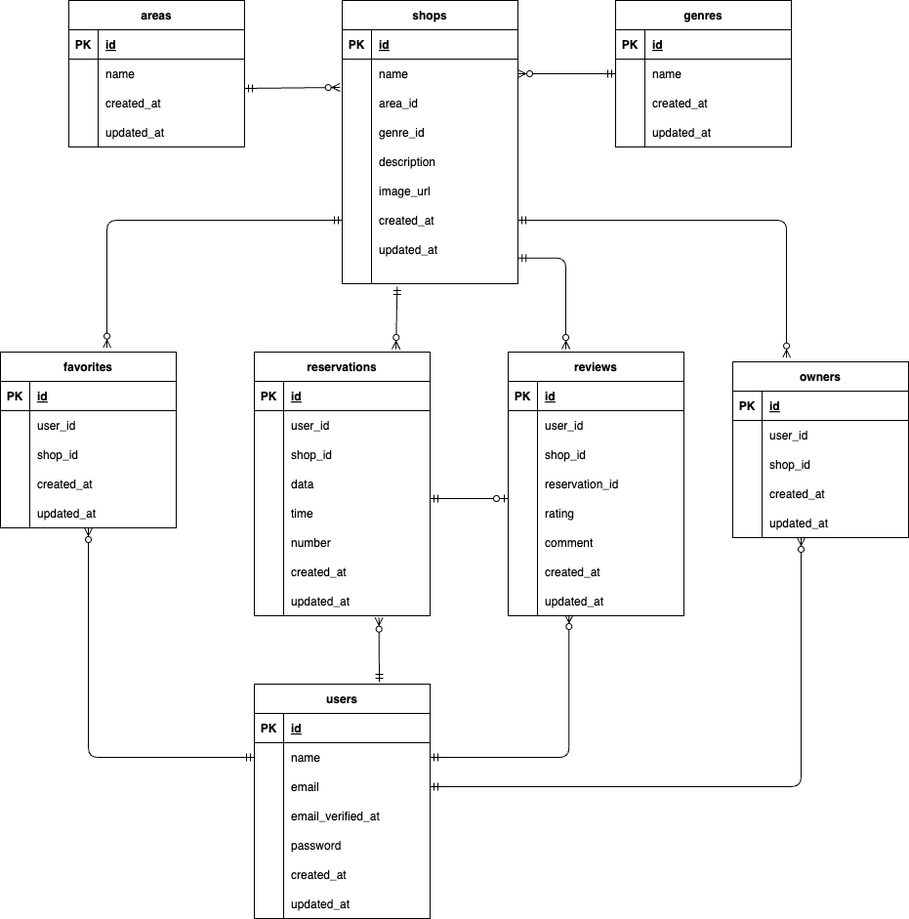
Before: index.drawio.png, a diagram exported from draw.io (cote07/Rese). Source tidied: cells renumbered, new cells last; positions are measured from the earlier drawing's top-left corner, leaving out a move shared by most shapes.
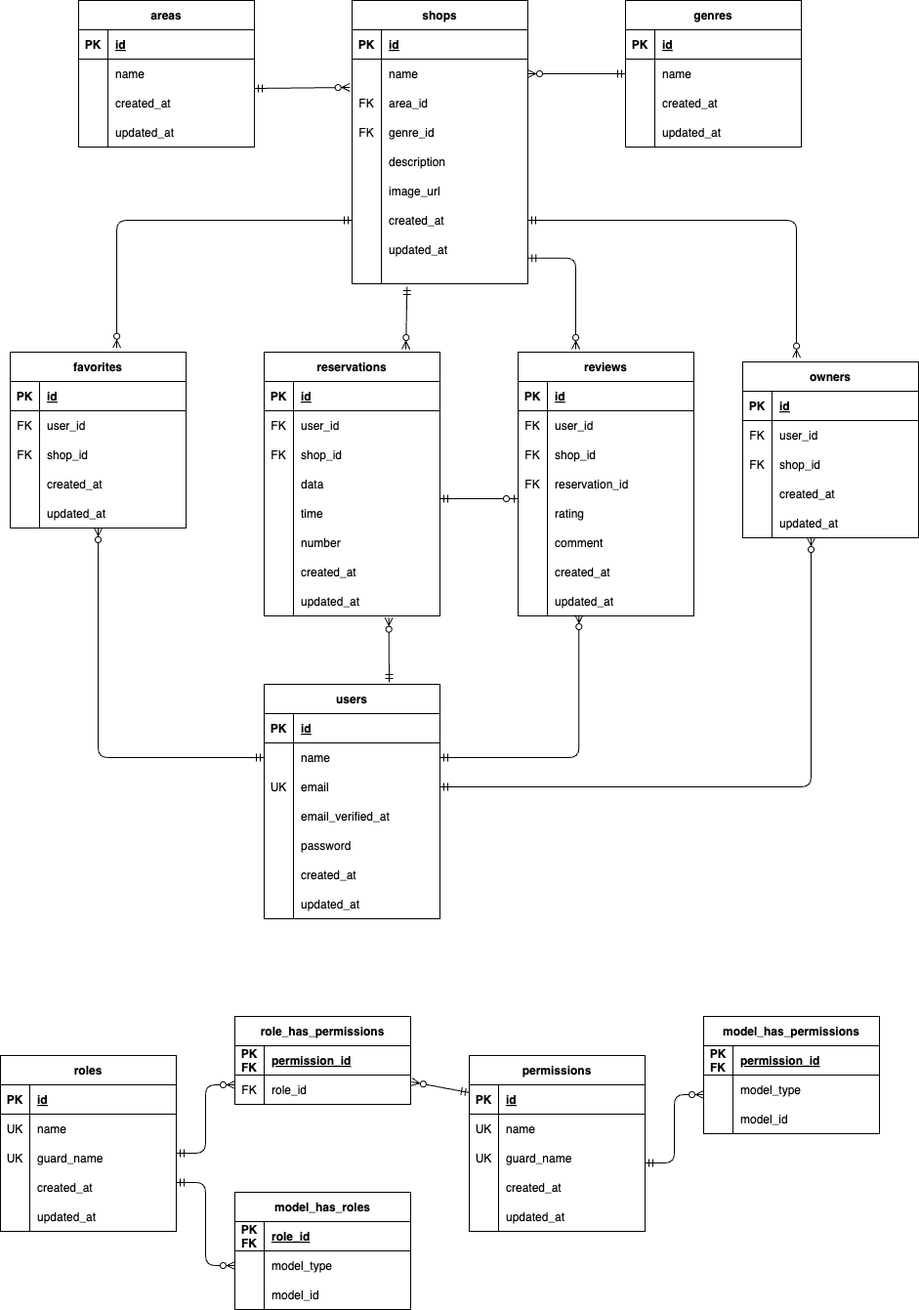
The same file after the commit.

What changed in the source:
```diff
@@ -19,3 +19,3 @@
     </mxCell>
-    <mxCell id="7" style="shape=partialRectangle;fillColor=none;top=0;left=0;bottom=0;right=0;overflow=hidden;" parent="6" vertex="1">
+    <mxCell id="7" value="FK" style="shape=partialRectangle;fillColor=none;top=0;left=0;bottom=0;right=0;overflow=hidden;" parent="6" vertex="1">
       <mxGeometry width="30" height="30" as="geometry" />
@@ -28,3 +28,3 @@
     </mxCell>
-    <mxCell id="10" style="shape=partialRectangle;fillColor=none;top=0;left=0;bottom=0;right=0;overflow=hidden;" parent="9" vertex="1">
+    <mxCell id="10" value="FK" style="shape=partialRectangle;fillColor=none;top=0;left=0;bottom=0;right=0;overflow=hidden;" parent="9" vertex="1">
       <mxGeometry width="30" height="30" as="geometry" />
@@ -94,3 +94,3 @@
     </mxCell>
-    <mxCell id="32" style="shape=partialRectangle;fillColor=none;top=0;left=0;bottom=0;right=0;overflow=hidden;" parent="31" vertex="1">
+    <mxCell id="32" value="FK" style="shape=partialRectangle;fillColor=none;top=0;left=0;bottom=0;right=0;overflow=hidden;" parent="31" vertex="1">
       <mxGeometry width="30" height="30" as="geometry" />
@@ -103,3 +103,3 @@
     </mxCell>
-    <mxCell id="35" style="shape=partialRectangle;fillColor=none;top=0;left=0;bottom=0;right=0;overflow=hidden;" parent="34" vertex="1">
+    <mxCell id="35" value="FK" style="shape=partialRectangle;fillColor=none;top=0;left=0;bottom=0;right=0;overflow=hidden;" parent="34" vertex="1">
       <mxGeometry width="30" height="30" as="geometry" />
@@ -142,3 +142,3 @@
     </mxCell>
-    <mxCell id="48" style="shape=partialRectangle;fillColor=none;top=0;left=0;bottom=0;right=0;overflow=hidden;" parent="47" vertex="1">
+    <mxCell id="48" value="FK" style="shape=partialRectangle;fillColor=none;top=0;left=0;bottom=0;right=0;overflow=hidden;" parent="47" vertex="1">
       <mxGeometry width="30" height="30" as="geometry" />
@@ -151,3 +151,3 @@
     </mxCell>
-    <mxCell id="51" style="shape=partialRectangle;fillColor=none;top=0;left=0;bottom=0;right=0;overflow=hidden;" parent="50" vertex="1">
+    <mxCell id="51" value="FK" style="shape=partialRectangle;fillColor=none;top=0;left=0;bottom=0;right=0;overflow=hidden;" parent="50" vertex="1">
       <mxGeometry width="30" height="30" as="geometry" />
@@ -238,3 +238,3 @@
     </mxCell>
-    <mxCell id="80" style="shape=partialRectangle;fillColor=none;top=0;left=0;bottom=0;right=0;overflow=hidden;" parent="79" vertex="1">
+    <mxCell id="80" value="FK" style="shape=partialRectangle;fillColor=none;top=0;left=0;bottom=0;right=0;overflow=hidden;" parent="79" vertex="1">
       <mxGeometry width="30" height="30" as="geometry" />
@@ -313,3 +313,3 @@
     </mxCell>
-    <mxCell id="105" style="shape=partialRectangle;fillColor=none;top=0;left=0;bottom=0;right=0;overflow=hidden;" parent="104" vertex="1">
+    <mxCell id="105" value="FK" style="shape=partialRectangle;fillColor=none;top=0;left=0;bottom=0;right=0;overflow=hidden;" parent="104" vertex="1">
       <mxGeometry width="30" height="30" as="geometry" />
@@ -322,3 +322,3 @@
     </mxCell>
-    <mxCell id="108" style="shape=partialRectangle;fillColor=none;top=0;left=0;bottom=0;right=0;overflow=hidden;" parent="107" vertex="1">
+    <mxCell id="108" value="FK" style="shape=partialRectangle;fillColor=none;top=0;left=0;bottom=0;right=0;overflow=hidden;" parent="107" vertex="1">
       <mxGeometry width="30" height="30" as="geometry" />
@@ -331,3 +331,3 @@
     </mxCell>
-    <mxCell id="111" style="shape=partialRectangle;fillColor=none;top=0;left=0;bottom=0;right=0;overflow=hidden;" parent="110" vertex="1">
+    <mxCell id="111" value="FK" style="shape=partialRectangle;fillColor=none;top=0;left=0;bottom=0;right=0;overflow=hidden;" parent="110" vertex="1">
       <mxGeometry width="30" height="30" as="geometry" />
@@ -477,3 +477,3 @@
     </mxCell>
-    <mxCell id="157" style="shape=partialRectangle;fillColor=none;top=0;left=0;bottom=0;right=0;overflow=hidden;" parent="156" vertex="1">
+    <mxCell id="157" value="UK" style="shape=partialRectangle;fillColor=none;top=0;left=0;bottom=0;right=0;overflow=hidden;" parent="156" vertex="1">
       <mxGeometry width="30" height="30" as="geometry" />
@@ -519,2 +519,202 @@
     </mxCell>
+    <mxCell id="171" value="model_has_roles" style="shape=table;startSize=30;rowLines=0;fontStyle=1;align=center;" parent="1" vertex="1">
+      <mxGeometry x="230" y="1220" width="180" height="120" as="geometry" />
+    </mxCell>
+    <mxCell id="172" style="shape=tableRow;horizontal=0;startSize=0;swimlaneHead=0;swimlaneBody=0;fillColor=none;top=0;left=0;right=0;bottom=1;" parent="171" vertex="1">
+      <mxGeometry y="30" width="180" height="30" as="geometry" />
+    </mxCell>
+    <mxCell id="173" value="PK&#10;FK" style="shape=partialRectangle;fillColor=none;top=0;left=0;bottom=0;right=0;fontStyle=1;overflow=hidden;" parent="172" vertex="1">
+      <mxGeometry width="30" height="30" as="geometry" />
+    </mxCell>
+    <mxCell id="174" value="role_id" style="shape=partialRectangle;fillColor=none;top=0;left=0;bottom=0;right=0;align=left;spacingLeft=6;fontStyle=5;overflow=hidden;" parent="172" vertex="1">
+      <mxGeometry x="30" width="150" height="30" as="geometry" />
+    </mxCell>
+    <mxCell id="175" style="shape=tableRow;horizontal=0;startSize=0;swimlaneHead=0;swimlaneBody=0;fillColor=none;points=[[0,0.5],[1,0.5]];portConstraint=eastwest;top=0;left=0;right=0;bottom=0;" parent="171" vertex="1">
+      <mxGeometry y="60" width="180" height="30" as="geometry" />
+    </mxCell>
+    <mxCell id="176" style="shape=partialRectangle;fillColor=none;top=0;left=0;bottom=0;right=0;overflow=hidden;" parent="175" vertex="1">
+      <mxGeometry width="30" height="30" as="geometry" />
+    </mxCell>
+    <mxCell id="177" value="model_type" style="shape=partialRectangle;fillColor=none;top=0;left=0;bottom=0;right=0;align=left;spacingLeft=6;overflow=hidden;" parent="175" vertex="1">
+      <mxGeometry x="30" width="150" height="30" as="geometry" />
+    </mxCell>
+    <mxCell id="178" style="shape=tableRow;horizontal=0;startSize=0;swimlaneHead=0;swimlaneBody=0;fillColor=none;top=0;left=0;right=0;bottom=0;" parent="171" vertex="1">
+      <mxGeometry y="90" width="180" height="30" as="geometry" />
+    </mxCell>
+    <mxCell id="179" style="shape=partialRectangle;fillColor=none;top=0;left=0;bottom=0;right=0;overflow=hidden;" parent="178" vertex="1">
+      <mxGeometry width="30" height="30" as="geometry" />
+    </mxCell>
+    <mxCell id="180" value="model_id" style="shape=partialRectangle;fillColor=none;top=0;left=0;bottom=0;right=0;align=left;spacingLeft=6;overflow=hidden;" parent="178" vertex="1">
+      <mxGeometry x="30" width="150" height="30" as="geometry" />
+    </mxCell>
+    <mxCell id="181" value="role_has_permissions" style="shape=table;startSize=30;rowLines=0;fontStyle=1;align=center;" parent="1" vertex="1">
+      <mxGeometry x="230" y="1040" width="180" height="90" as="geometry" />
+    </mxCell>
+    <mxCell id="182" style="shape=tableRow;horizontal=0;startSize=0;swimlaneHead=0;swimlaneBody=0;fillColor=none;top=0;left=0;right=0;bottom=1;" parent="181" vertex="1">
+      <mxGeometry y="30" width="180" height="30" as="geometry" />
+    </mxCell>
+    <mxCell id="183" value="PK&#10;FK" style="shape=partialRectangle;fillColor=none;top=0;left=0;bottom=0;right=0;fontStyle=1;overflow=hidden;" parent="182" vertex="1">
+      <mxGeometry width="30" height="30" as="geometry" />
+    </mxCell>
+    <mxCell id="184" value="permission_id" style="shape=partialRectangle;fillColor=none;top=0;left=0;bottom=0;right=0;align=left;spacingLeft=6;fontStyle=5;overflow=hidden;" parent="182" vertex="1">
+      <mxGeometry x="30" width="150" height="30" as="geometry" />
+    </mxCell>
+    <mxCell id="185" style="shape=tableRow;horizontal=0;startSize=0;swimlaneHead=0;swimlaneBody=0;fillColor=none;points=[[0,0.5],[1,0.5]];portConstraint=eastwest;top=0;left=0;right=0;bottom=0;" parent="181" vertex="1">
+      <mxGeometry y="60" width="180" height="30" as="geometry" />
+    </mxCell>
+    <mxCell id="186" value="FK" style="shape=partialRectangle;fillColor=none;top=0;left=0;bottom=0;right=0;overflow=hidden;" parent="185" vertex="1">
+      <mxGeometry width="30" height="30" as="geometry" />
+    </mxCell>
+    <mxCell id="187" value="role_id" style="shape=partialRectangle;fillColor=none;top=0;left=0;bottom=0;right=0;align=left;spacingLeft=6;overflow=hidden;" parent="185" vertex="1">
+      <mxGeometry x="30" width="150" height="30" as="geometry" />
+    </mxCell>
+    <mxCell id="188" value="model_has_permissions" style="shape=table;startSize=30;rowLines=0;fontStyle=1;align=center;" parent="1" vertex="1">
+      <mxGeometry x="710" y="1040" width="180" height="120" as="geometry" />
+    </mxCell>
+    <mxCell id="189" style="shape=tableRow;horizontal=0;startSize=0;swimlaneHead=0;swimlaneBody=0;fillColor=none;top=0;left=0;right=0;bottom=1;" parent="188" vertex="1">
+      <mxGeometry y="30" width="180" height="30" as="geometry" />
+    </mxCell>
+    <mxCell id="190" value="PK&#10;FK" style="shape=partialRectangle;fillColor=none;top=0;left=0;bottom=0;right=0;fontStyle=1;overflow=hidden;" parent="189" vertex="1">
+      <mxGeometry width="30" height="30" as="geometry" />
+    </mxCell>
+    <mxCell id="191" value="permission_id" style="shape=partialRectangle;fillColor=none;top=0;left=0;bottom=0;right=0;align=left;spacingLeft=6;fontStyle=5;overflow=hidden;" parent="189" vertex="1">
+      <mxGeometry x="30" width="150" height="30" as="geometry" />
+    </mxCell>
+    <mxCell id="192" style="shape=tableRow;horizontal=0;startSize=0;swimlaneHead=0;swimlaneBody=0;fillColor=none;top=0;left=0;right=0;bottom=0;" parent="188" vertex="1">
+      <mxGeometry y="60" width="180" height="30" as="geometry" />
+    </mxCell>
+    <mxCell id="193" style="shape=partialRectangle;fillColor=none;top=0;left=0;bottom=0;right=0;overflow=hidden;" parent="192" vertex="1">
+      <mxGeometry width="30" height="30" as="geometry" />
+    </mxCell>
+    <mxCell id="194" value="model_type" style="shape=partialRectangle;fillColor=none;top=0;left=0;bottom=0;right=0;align=left;spacingLeft=6;overflow=hidden;" parent="192" vertex="1">
+      <mxGeometry x="30" width="150" height="30" as="geometry" />
+    </mxCell>
+    <mxCell id="195" style="shape=tableRow;horizontal=0;startSize=0;swimlaneHead=0;swimlaneBody=0;fillColor=none;top=0;left=0;right=0;bottom=0;" parent="188" vertex="1">
+      <mxGeometry y="90" width="180" height="30" as="geometry" />
+    </mxCell>
+    <mxCell id="196" style="shape=partialRectangle;fillColor=none;top=0;left=0;bottom=0;right=0;overflow=hidden;" parent="195" vertex="1">
+      <mxGeometry width="30" height="30" as="geometry" />
+    </mxCell>
+    <mxCell id="197" value="model_id" style="shape=partialRectangle;fillColor=none;top=0;left=0;bottom=0;right=0;align=left;spacingLeft=6;overflow=hidden;" parent="195" vertex="1">
+      <mxGeometry x="30" width="150" height="30" as="geometry" />
+    </mxCell>
+    <mxCell id="198" value="roles" style="shape=table;startSize=30;rowLines=0;fontStyle=1;align=center;" parent="1" vertex="1">
+      <mxGeometry x="-10" y="1080" width="180" height="180" as="geometry" />
+    </mxCell>
+    <mxCell id="199" style="shape=tableRow;horizontal=0;startSize=0;swimlaneHead=0;swimlaneBody=0;fillColor=none;top=0;left=0;right=0;bottom=1;" parent="198" vertex="1">
+      <mxGeometry y="30" width="180" height="30" as="geometry" />
+    </mxCell>
+    <mxCell id="200" value="PK" style="shape=partialRectangle;fillColor=none;top=0;left=0;bottom=0;right=0;fontStyle=1;overflow=hidden;" parent="199" vertex="1">
+      <mxGeometry width="30" height="30" as="geometry" />
+    </mxCell>
+    <mxCell id="201" value="id" style="shape=partialRectangle;fillColor=none;top=0;left=0;bottom=0;right=0;align=left;spacingLeft=6;fontStyle=5;overflow=hidden;" parent="199" vertex="1">
+      <mxGeometry x="30" width="150" height="30" as="geometry" />
+    </mxCell>
+    <mxCell id="202" style="shape=tableRow;horizontal=0;startSize=0;swimlaneHead=0;swimlaneBody=0;fillColor=none;top=0;left=0;right=0;bottom=0;" parent="198" vertex="1">
+      <mxGeometry y="60" width="180" height="30" as="geometry" />
+    </mxCell>
+    <mxCell id="203" value="UK" style="shape=partialRectangle;fillColor=none;top=0;left=0;bottom=0;right=0;overflow=hidden;" parent="202" vertex="1">
+      <mxGeometry width="30" height="30" as="geometry" />
+    </mxCell>
+    <mxCell id="204" value="name" style="shape=partialRectangle;fillColor=none;top=0;left=0;bottom=0;right=0;align=left;spacingLeft=6;overflow=hidden;" parent="202" vertex="1">
+      <mxGeometry x="30" width="150" height="30" as="geometry" />
+    </mxCell>
+    <mxCell id="205" style="shape=tableRow;horizontal=0;startSize=0;swimlaneHead=0;swimlaneBody=0;fillColor=none;top=0;left=0;right=0;bottom=0;" parent="198" vertex="1">
+      <mxGeometry y="90" width="180" height="30" as="geometry" />
+    </mxCell>
+    <mxCell id="206" value="UK" style="shape=partialRectangle;fillColor=none;top=0;left=0;bottom=0;right=0;overflow=hidden;" parent="205" vertex="1">
+      <mxGeometry width="30" height="30" as="geometry" />
+    </mxCell>
+    <mxCell id="207" value="guard_name" style="shape=partialRectangle;fillColor=none;top=0;left=0;bottom=0;right=0;align=left;spacingLeft=6;overflow=hidden;" parent="205" vertex="1">
+      <mxGeometry x="30" width="150" height="30" as="geometry" />
+    </mxCell>
+    <mxCell id="208" style="shape=tableRow;horizontal=0;startSize=0;swimlaneHead=0;swimlaneBody=0;fillColor=none;top=0;left=0;right=0;bottom=0;" parent="198" vertex="1">
+      <mxGeometry y="120" width="180" height="30" as="geometry" />
+    </mxCell>
+    <mxCell id="209" style="shape=partialRectangle;fillColor=none;top=0;left=0;bottom=0;right=0;overflow=hidden;" parent="208" vertex="1">
+      <mxGeometry width="30" height="30" as="geometry" />
+    </mxCell>
+    <mxCell id="210" value="created_at" style="shape=partialRectangle;fillColor=none;top=0;left=0;bottom=0;right=0;align=left;spacingLeft=6;overflow=hidden;" parent="208" vertex="1">
+      <mxGeometry x="30" width="150" height="30" as="geometry" />
+    </mxCell>
+    <mxCell id="211" style="shape=tableRow;horizontal=0;startSize=0;swimlaneHead=0;swimlaneBody=0;fillColor=none;top=0;left=0;right=0;bottom=0;" parent="198" vertex="1">
+      <mxGeometry y="150" width="180" height="30" as="geometry" />
+    </mxCell>
+    <mxCell id="212" style="shape=partialRectangle;fillColor=none;top=0;left=0;bottom=0;right=0;overflow=hidden;" parent="211" vertex="1">
+      <mxGeometry width="30" height="30" as="geometry" />
+    </mxCell>
+    <mxCell id="213" value="updated_at" style="shape=partialRectangle;fillColor=none;top=0;left=0;bottom=0;right=0;align=left;spacingLeft=6;overflow=hidden;" parent="211" vertex="1">
+      <mxGeometry x="30" width="150" height="30" as="geometry" />
+    </mxCell>
+    <mxCell id="214" value="FK" style="shape=partialRectangle;fillColor=none;top=0;left=0;bottom=0;right=0;overflow=hidden;" parent="1" vertex="1">
+      <mxGeometry x="350" y="120" width="30" height="30" as="geometry" />
+    </mxCell>
+    <mxCell id="215" value="permissions" style="shape=table;startSize=30;rowLines=0;fontStyle=1;align=center;" parent="1" vertex="1">
+      <mxGeometry x="470" y="1080" width="180" height="180" as="geometry" />
+    </mxCell>
+    <mxCell id="216" style="shape=tableRow;horizontal=0;startSize=0;swimlaneHead=0;swimlaneBody=0;fillColor=none;points=[[0,0.5],[1,0.5]];portConstraint=eastwest;top=0;left=0;right=0;bottom=1;" parent="215" vertex="1">
+      <mxGeometry y="30" width="180" height="30" as="geometry" />
+    </mxCell>
+    <mxCell id="217" value="PK" style="shape=partialRectangle;fillColor=none;top=0;left=0;bottom=0;right=0;fontStyle=1;overflow=hidden;" parent="216" vertex="1">
+      <mxGeometry width="30" height="30" as="geometry" />
+    </mxCell>
+    <mxCell id="218" value="id" style="shape=partialRectangle;fillColor=none;top=0;left=0;bottom=0;right=0;align=left;spacingLeft=6;fontStyle=5;overflow=hidden;" parent="216" vertex="1">
+      <mxGeometry x="30" width="150" height="30" as="geometry" />
+    </mxCell>
+    <mxCell id="219" style="shape=tableRow;horizontal=0;startSize=0;swimlaneHead=0;swimlaneBody=0;fillColor=none;top=0;left=0;right=0;bottom=0;" parent="215" vertex="1">
+      <mxGeometry y="60" width="180" height="30" as="geometry" />
+    </mxCell>
+    <mxCell id="220" value="UK" style="shape=partialRectangle;fillColor=none;top=0;left=0;bottom=0;right=0;overflow=hidden;" parent="219" vertex="1">
+      <mxGeometry width="30" height="30" as="geometry" />
+    </mxCell>
+    <mxCell id="221" value="name" style="shape=partialRectangle;fillColor=none;top=0;left=0;bottom=0;right=0;align=left;spacingLeft=6;overflow=hidden;" parent="219" vertex="1">
+      <mxGeometry x="30" width="150" height="30" as="geometry" />
+    </mxCell>
+    <mxCell id="222" style="shape=tableRow;horizontal=0;startSize=0;swimlaneHead=0;swimlaneBody=0;fillColor=none;top=0;left=0;right=0;bottom=0;" parent="215" vertex="1">
+      <mxGeometry y="90" width="180" height="30" as="geometry" />
+    </mxCell>
+    <mxCell id="223" value="UK" style="shape=partialRectangle;fillColor=none;top=0;left=0;bottom=0;right=0;overflow=hidden;" parent="222" vertex="1">
+      <mxGeometry width="30" height="30" as="geometry" />
+    </mxCell>
+    <mxCell id="224" value="guard_name" style="shape=partialRectangle;fillColor=none;top=0;left=0;bottom=0;right=0;align=left;spacingLeft=6;overflow=hidden;" parent="222" vertex="1">
+      <mxGeometry x="30" width="150" height="30" as="geometry" />
+    </mxCell>
+    <mxCell id="225" style="shape=tableRow;horizontal=0;startSize=0;swimlaneHead=0;swimlaneBody=0;fillColor=none;top=0;left=0;right=0;bottom=0;" parent="215" vertex="1">
+      <mxGeometry y="120" width="180" height="30" as="geometry" />
+    </mxCell>
+    <mxCell id="226" style="shape=partialRectangle;fillColor=none;top=0;left=0;bottom=0;right=0;overflow=hidden;" parent="225" vertex="1">
+      <mxGeometry width="30" height="30" as="geometry" />
+    </mxCell>
+    <mxCell id="227" value="created_at" style="shape=partialRectangle;fillColor=none;top=0;left=0;bottom=0;right=0;align=left;spacingLeft=6;overflow=hidden;" parent="225" vertex="1">
+      <mxGeometry x="30" width="150" height="30" as="geometry" />
+    </mxCell>
+    <mxCell id="228" style="shape=tableRow;horizontal=0;startSize=0;swimlaneHead=0;swimlaneBody=0;fillColor=none;top=0;left=0;right=0;bottom=0;" parent="215" vertex="1">
+      <mxGeometry y="150" width="180" height="30" as="geometry" />
+    </mxCell>
+    <mxCell id="229" style="shape=partialRectangle;fillColor=none;top=0;left=0;bottom=0;right=0;overflow=hidden;" parent="228" vertex="1">
+      <mxGeometry width="30" height="30" as="geometry" />
+    </mxCell>
+    <mxCell id="230" value="updated_at" style="shape=partialRectangle;fillColor=none;top=0;left=0;bottom=0;right=0;align=left;spacingLeft=6;overflow=hidden;" parent="228" vertex="1">
+      <mxGeometry x="30" width="150" height="30" as="geometry" />
+    </mxCell>
+    <mxCell id="231" style="edgeStyle=entityRelationEdgeStyle;fontSize=12;html=1;endArrow=ERzeroToMany;startArrow=ERmandOne;" parent="1" edge="1">
+      <mxGeometry relative="1" as="geometry">
+        <mxPoint x="650" y="1190" as="sourcePoint" />
+        <mxPoint x="710" y="1120" as="targetPoint" />
+      </mxGeometry>
+    </mxCell>
+    <mxCell id="232" style="edgeStyle=entityRelationEdgeStyle;fontSize=12;html=1;endArrow=ERzeroToMany;startArrow=ERmandOne;entryX=0;entryY=0.5;entryDx=0;entryDy=0;" parent="1" edge="1" target="175">
+      <mxGeometry relative="1" as="geometry">
+        <mxPoint x="170" y="1210" as="sourcePoint" />
+      </mxGeometry>
+    </mxCell>
+    <mxCell id="233" style="edgeStyle=entityRelationEdgeStyle;fontSize=12;html=1;endArrow=ERzeroToMany;startArrow=ERmandOne;" parent="1" edge="1">
+      <mxGeometry relative="1" as="geometry">
+        <mxPoint x="170" y="1180" as="sourcePoint" />
+        <mxPoint x="230" y="1110" as="targetPoint" />
+      </mxGeometry>
+    </mxCell>
+    <mxCell id="234" style="fontSize=12;html=1;endArrow=ERzeroToMany;startArrow=ERmandOne;entryX=1.006;entryY=0.233;entryDx=0;entryDy=0;entryPerimeter=0;exitX=0;exitY=0.267;exitDx=0;exitDy=0;exitPerimeter=0;" parent="1" edge="1" source="216" target="185">
+      <mxGeometry relative="1" as="geometry" />
+    </mxCell>
   </root>
```
